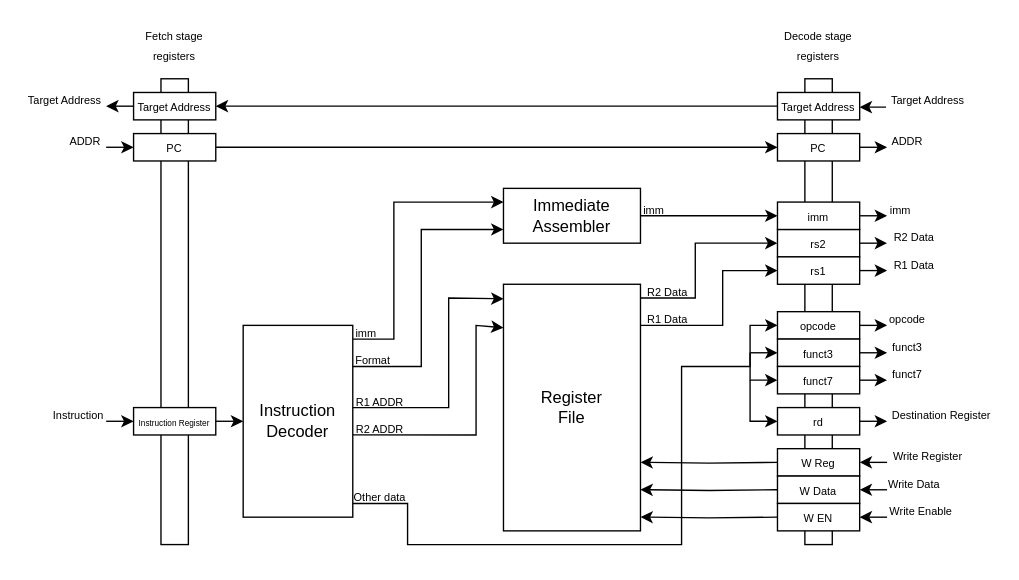
Above: page "Decode stage" (3 of 6) of docs/imgs/microarchitecture/multi-cycle_datapath.drawio in WachirawichN/C0-CPU (draw.io), before the change. Source tidied: cells renumbered, new cells numbered last; positions are measured from the earlier drawing's top-left corner, leaving out a move shared by most shapes. Both pictures are drawn from the tidied source at 137%, with x=0, y=0 at pixel (23, 23).
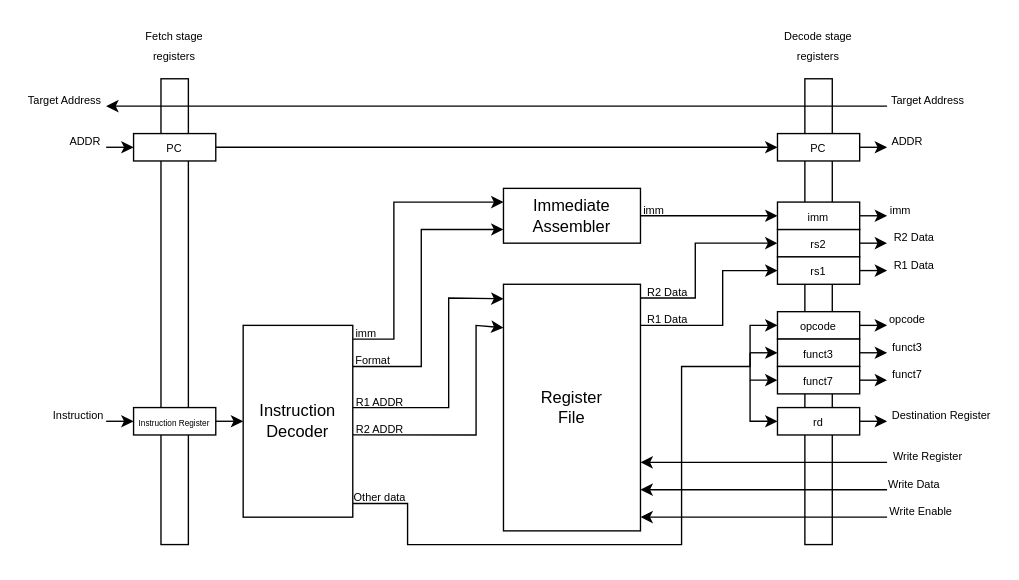
The same diagram, later.

Unchanged cells that the change refers to:
```xml
<mxCell id="19" value="&lt;font style=&quot;font-size: 8px;&quot;&gt;Target Address&lt;/font&gt;" style="text;html=1;whiteSpace=wrap;strokeColor=none;fillColor=none;align=center;verticalAlign=middle;rounded=0;" parent="1" vertex="1">
  <mxGeometry x="630" y="50" width="60" height="10" as="geometry" />
</mxCell>
<mxCell id="26" value="&lt;font style=&quot;font-size: 8px;&quot;&gt;Write Register&lt;/font&gt;" style="text;html=1;whiteSpace=wrap;strokeColor=none;fillColor=none;align=center;verticalAlign=middle;rounded=0;" parent="1" vertex="1">
  <mxGeometry x="630" y="310" width="60" height="10" as="geometry" />
</mxCell>
<mxCell id="27" value="&lt;font style=&quot;font-size: 8px;&quot;&gt;Write Data&lt;/font&gt;" style="text;html=1;whiteSpace=wrap;strokeColor=none;fillColor=none;align=center;verticalAlign=middle;rounded=0;" parent="1" vertex="1">
  <mxGeometry x="630" y="330" width="40" height="10" as="geometry" />
</mxCell>
<mxCell id="28" value="&lt;font style=&quot;font-size: 8px;&quot;&gt;Write Enable&lt;/font&gt;" style="text;html=1;whiteSpace=wrap;strokeColor=none;fillColor=none;align=center;verticalAlign=middle;rounded=0;" parent="1" vertex="1">
  <mxGeometry x="630" y="350" width="50" height="10" as="geometry" />
</mxCell>
<mxCell id="39" value="&lt;font style=&quot;font-size: 8px;&quot;&gt;Target Address&lt;/font&gt;" style="text;html=1;whiteSpace=wrap;strokeColor=none;fillColor=none;align=center;verticalAlign=middle;rounded=0;" parent="1" vertex="1">
  <mxGeometry y="50" width="60" height="10" as="geometry" />
</mxCell>
<mxCell id="50" value="&lt;div&gt;Register&lt;/div&gt;&lt;div&gt;File&lt;/div&gt;" style="rounded=0;whiteSpace=wrap;html=1;strokeColor=light-dark(#000000,#FFFFFF);fillColor=light-dark(#FFFFFF,#000000);" parent="1" vertex="1">
  <mxGeometry x="350" y="190" width="100" height="180" as="geometry" />
</mxCell>
<mxCell id="58" style="group;" parent="1" vertex="1">
  <mxGeometry x="550" width="60" height="380" as="geometry" />
</mxCell>
<mxCell id="73" style="group;" parent="1" vertex="1">
  <mxGeometry x="80" width="60" height="380" as="geometry" />
</mxCell>
```

Diff of the diagram source:
```diff
@@
-    <mxCell id="11" style="edgeStyle=orthogonalEdgeStyle;rounded=0;jettySize=auto;html=1;entryX=1;entryY=0.5;entryDx=0;entryDy=0;exitX=0;exitY=0.5;exitDx=0;exitDy=0;" parent="1" edge="1" source="66">
-      <mxGeometry relative="1" as="geometry">
-        <mxPoint x="140" y="60" as="targetPoint" />
-      </mxGeometry>
-    </mxCell>
@@
-    <mxCell id="18" style="edgeStyle=orthogonalEdgeStyle;rounded=0;jettySize=auto;html=1;entryX=1;entryY=0.5;entryDx=0;entryDy=0;exitX=-0.012;exitY=1.074;exitDx=0;exitDy=0;exitPerimeter=0;" parent="1" edge="1" source="19">
-      <mxGeometry relative="1" as="geometry">
-        <mxPoint x="610" y="60" as="targetPoint" />
-      </mxGeometry>
-    </mxCell>
@@
-    <mxCell id="20" style="edgeStyle=orthogonalEdgeStyle;rounded=0;jettySize=auto;html=1;entryX=1;entryY=0.722;entryDx=0;entryDy=0;entryPerimeter=0;" parent="1" edge="1" target="50">
-      <mxGeometry relative="1" as="geometry">
-        <mxPoint x="550" y="320" as="sourcePoint" />
-      </mxGeometry>
-    </mxCell>
-    <mxCell id="21" style="edgeStyle=orthogonalEdgeStyle;rounded=0;jettySize=auto;html=1;entryX=1;entryY=0.833;entryDx=0;entryDy=0;entryPerimeter=0;" parent="1" edge="1" target="50">
-      <mxGeometry relative="1" as="geometry">
-        <mxPoint x="550" y="340" as="sourcePoint" />
-      </mxGeometry>
-    </mxCell>
-    <mxCell id="22" style="edgeStyle=orthogonalEdgeStyle;rounded=0;jettySize=auto;html=1;entryX=1;entryY=0.944;entryDx=0;entryDy=0;entryPerimeter=0;" parent="1" edge="1" target="50">
-      <mxGeometry relative="1" as="geometry">
-        <mxPoint x="550" y="360" as="sourcePoint" />
-      </mxGeometry>
-    </mxCell>
-    <mxCell id="23" style="edgeStyle=orthogonalEdgeStyle;rounded=0;jettySize=auto;html=1;entryX=1;entryY=0.5;entryDx=0;entryDy=0;exitX=0;exitY=1;exitDx=0;exitDy=0;" parent="1" edge="1" source="26">
-      <mxGeometry relative="1" as="geometry">
-        <mxPoint x="610" y="320" as="targetPoint" />
-      </mxGeometry>
-    </mxCell>
-    <mxCell id="24" style="edgeStyle=orthogonalEdgeStyle;rounded=0;jettySize=auto;html=1;entryX=1;entryY=0.5;entryDx=0;entryDy=0;exitX=0;exitY=1;exitDx=0;exitDy=0;" parent="1" edge="1" source="27">
-      <mxGeometry relative="1" as="geometry">
-        <mxPoint x="610" y="340" as="targetPoint" />
-      </mxGeometry>
-    </mxCell>
-    <mxCell id="25" style="edgeStyle=orthogonalEdgeStyle;rounded=0;jettySize=auto;html=1;entryX=1;entryY=0.5;entryDx=0;entryDy=0;exitX=0;exitY=1;exitDx=0;exitDy=0;" parent="1" edge="1" source="28">
-      <mxGeometry relative="1" as="geometry">
-        <mxPoint x="610" y="360" as="targetPoint" />
-      </mxGeometry>
-    </mxCell>
@@
-    <mxCell id="37" style="edgeStyle=orthogonalEdgeStyle;rounded=0;jettySize=auto;html=1;exitX=0;exitY=0.5;exitDx=0;exitDy=0;entryX=1;entryY=1;entryDx=0;entryDy=0;" parent="1" edge="1" target="39">
-      <mxGeometry relative="1" as="geometry">
-        <mxPoint x="80" y="60" as="sourcePoint" />
-      </mxGeometry>
-    </mxCell>
@@
-    <mxCell id="66" value="&lt;font style=&quot;font-size: 8px;&quot;&gt;Target Address&lt;/font&gt;" style="rounded=0;whiteSpace=wrap;html=1;strokeColor=light-dark(#000000,#FFFFFF);fillColor=light-dark(#FFFFFF,#000000);" parent="58" vertex="1">
-      <mxGeometry y="50" width="60" height="20" as="geometry" />
-    </mxCell>
@@
-    <mxCell id="68" value="&lt;font style=&quot;font-size: 8px;&quot;&gt;W Reg&lt;/font&gt;" style="rounded=0;whiteSpace=wrap;html=1;strokeColor=light-dark(#000000,#FFFFFF);fillColor=light-dark(#FFFFFF,#000000);" parent="58" vertex="1">
-      <mxGeometry y="310" width="60" height="20" as="geometry" />
-    </mxCell>
-    <mxCell id="69" value="&lt;font style=&quot;font-size: 8px;&quot;&gt;W Data&lt;/font&gt;" style="rounded=0;whiteSpace=wrap;html=1;strokeColor=light-dark(#000000,#FFFFFF);fillColor=light-dark(#FFFFFF,#000000);" parent="58" vertex="1">
-      <mxGeometry y="330" width="60" height="20" as="geometry" />
-    </mxCell>
-    <mxCell id="70" value="&lt;font style=&quot;font-size: 8px;&quot;&gt;W EN&lt;/font&gt;" style="rounded=0;whiteSpace=wrap;html=1;strokeColor=light-dark(#000000,#FFFFFF);fillColor=light-dark(#FFFFFF,#000000);" parent="58" vertex="1">
-      <mxGeometry y="350" width="60" height="20" as="geometry" />
-    </mxCell>
@@
-    <mxCell id="77" value="&lt;font style=&quot;font-size: 8px;&quot;&gt;Target Address&lt;/font&gt;" style="rounded=0;whiteSpace=wrap;html=1;strokeColor=light-dark(#000000,#FFFFFF);fillColor=light-dark(#FFFFFF,#000000);" parent="73" vertex="1">
-      <mxGeometry y="50" width="60" height="20" as="geometry" />
-    </mxCell>
@@
+    <mxCell id="81" style="endArrow=classic;html=1;rounded=0;entryX=1;entryY=1;entryDx=0;entryDy=0;exitX=0;exitY=1;exitDx=0;exitDy=0;" parent="1" edge="1" source="19" target="39">
+      <mxGeometry relative="1" as="geometry" />
+    </mxCell>
+    <mxCell id="82" style="endArrow=classic;html=1;rounded=0;entryX=1;entryY=0.722;entryDx=0;entryDy=0;exitX=0;exitY=1;exitDx=0;exitDy=0;entryPerimeter=0;" parent="1" edge="1" source="26" target="50">
+      <mxGeometry relative="1" as="geometry" />
+    </mxCell>
+    <mxCell id="83" style="endArrow=classic;html=1;rounded=0;entryX=1;entryY=0.833;entryDx=0;entryDy=0;exitX=0;exitY=1;exitDx=0;exitDy=0;entryPerimeter=0;" parent="1" edge="1" source="27" target="50">
+      <mxGeometry relative="1" as="geometry" />
+    </mxCell>
+    <mxCell id="84" style="endArrow=classic;html=1;rounded=0;entryX=1;entryY=0.944;entryDx=0;entryDy=0;exitX=0;exitY=1;exitDx=0;exitDy=0;entryPerimeter=0;" parent="1" edge="1" source="28" target="50">
+      <mxGeometry relative="1" as="geometry" />
+    </mxCell>
```
